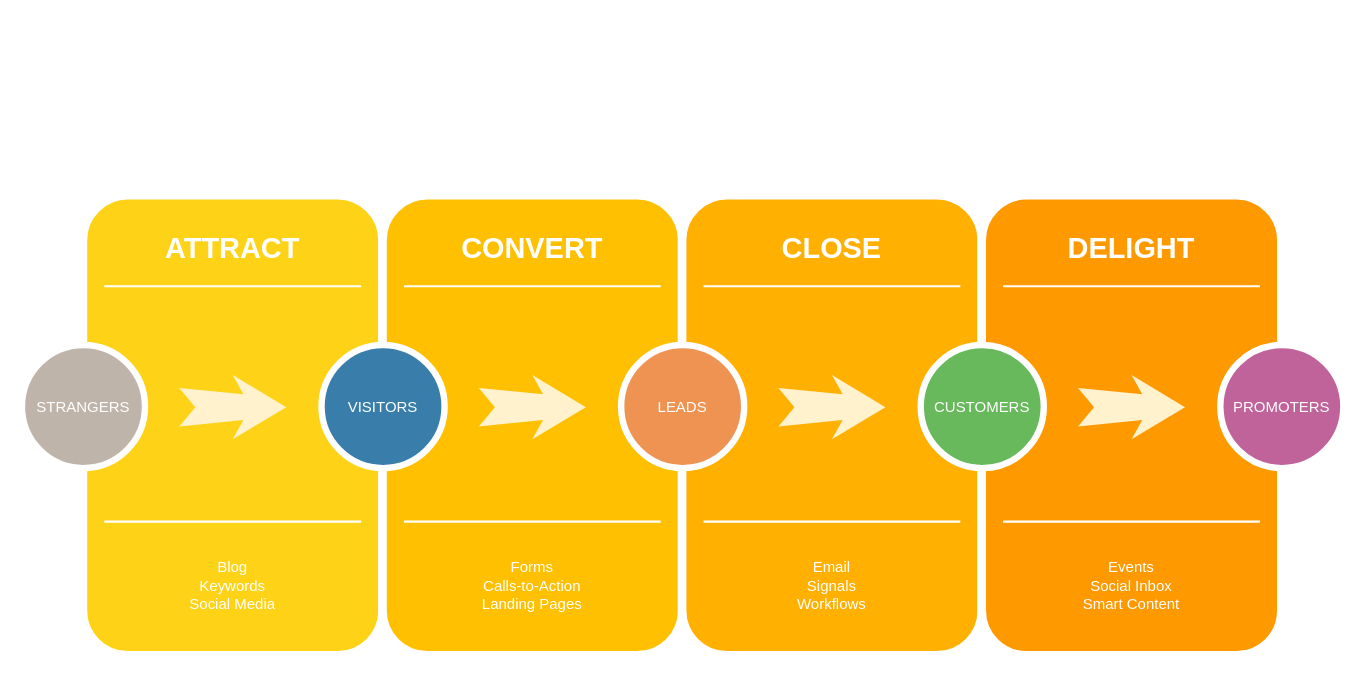
Before: Untitled Diagram.drawio in longbiaochen/sofa-course, a draw.io diagram. Source tidied: cells renumbered, new cells numbered last; positions are measured from the earlier drawing's top-left corner, leaving out a move shared by most shapes. Both pictures are drawn from the tidied source at 107%, with x=0, y=0 at pixel (21, 195).
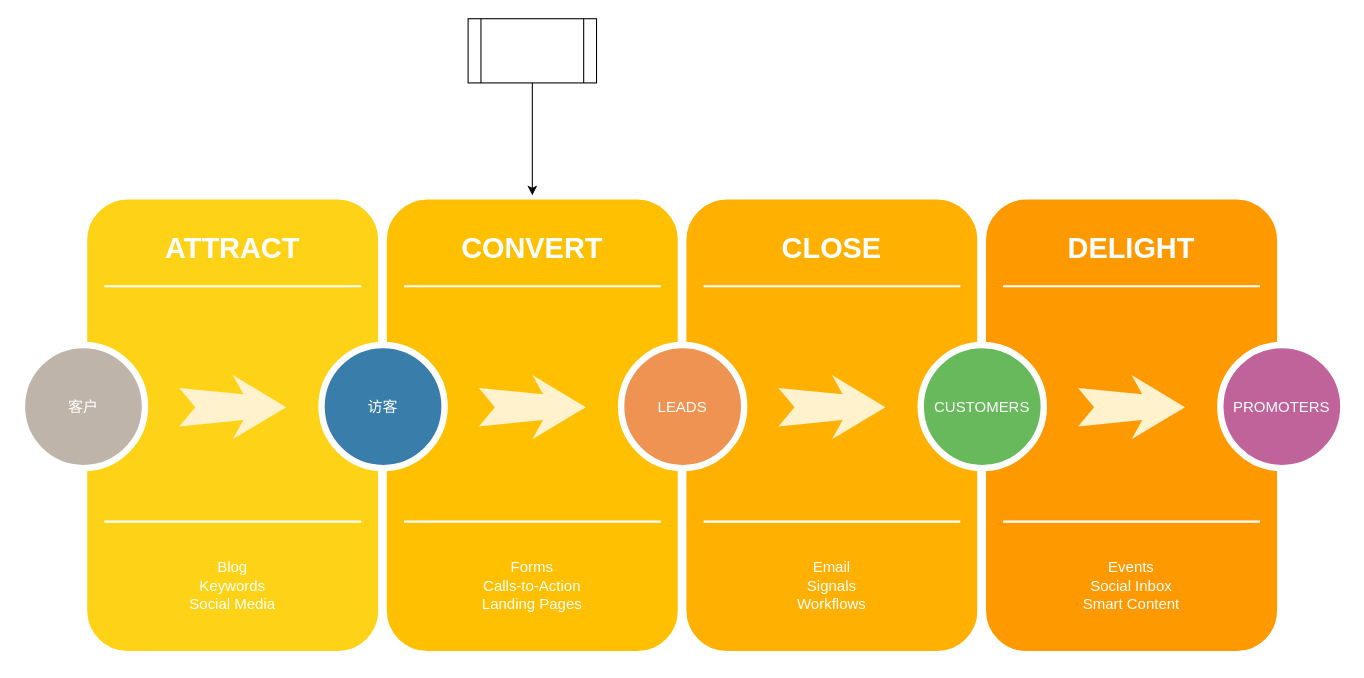
The same page after the edit.

Unchanged cells that the change refers to:
```xml
<mxCell id="9" style="whiteSpace=wrap;html=1;rounded=1;shadow=0;strokeWidth=8;fontSize=20;align=center;fillColor=#FFC001;strokeColor=#FFFFFF;" parent="1" vertex="1">
  <mxGeometry x="337" width="280" height="430" as="geometry" />
</mxCell>
```

The edit, as a diff of the source:
```diff
@@
-    <mxCell id="7" value="STRANGERS" style="ellipse;whiteSpace=wrap;html=1;rounded=0;shadow=0;strokeWidth=6;fontSize=14;align=center;fillColor=#BFB4A9;strokeColor=#FFFFFF;fontColor=#FFFFFF;" parent="1" vertex="1">
+    <mxCell id="7" value="客户" style="ellipse;whiteSpace=wrap;html=1;rounded=0;shadow=0;strokeWidth=6;fontSize=14;align=center;fillColor=#BFB4A9;strokeColor=#FFFFFF;fontColor=#FFFFFF;" parent="1" vertex="1">
       <mxGeometry y="140" width="115" height="115" as="geometry" />
     </mxCell>
@@
-    <mxCell id="14" value="VISITORS" style="ellipse;whiteSpace=wrap;html=1;rounded=0;shadow=0;strokeWidth=6;fontSize=14;align=center;fillColor=#397DAA;strokeColor=#FFFFFF;fontColor=#FFFFFF;" parent="1" vertex="1">
+    <mxCell id="14" value="访客" style="ellipse;whiteSpace=wrap;html=1;rounded=0;shadow=0;strokeWidth=6;fontSize=14;align=center;fillColor=#397DAA;strokeColor=#FFFFFF;fontColor=#FFFFFF;" parent="1" vertex="1">
       <mxGeometry x="280" y="140" width="115" height="115" as="geometry" />
     </mxCell>
@@
+    <mxCell id="31" style="edgeStyle=orthogonalEdgeStyle;rounded=0;jettySize=auto;html=1;entryX=0.5;entryY=0;entryDx=0;entryDy=0;" parent="1" edge="1" source="32" target="9">
+      <mxGeometry relative="1" as="geometry" />
+    </mxCell>
+    <mxCell id="32" style="shape=process;whiteSpace=wrap;html=1;backgroundOutline=1;" parent="1" vertex="1">
+      <mxGeometry x="417" y="-165" width="120" height="60" as="geometry" />
+    </mxCell>
```
